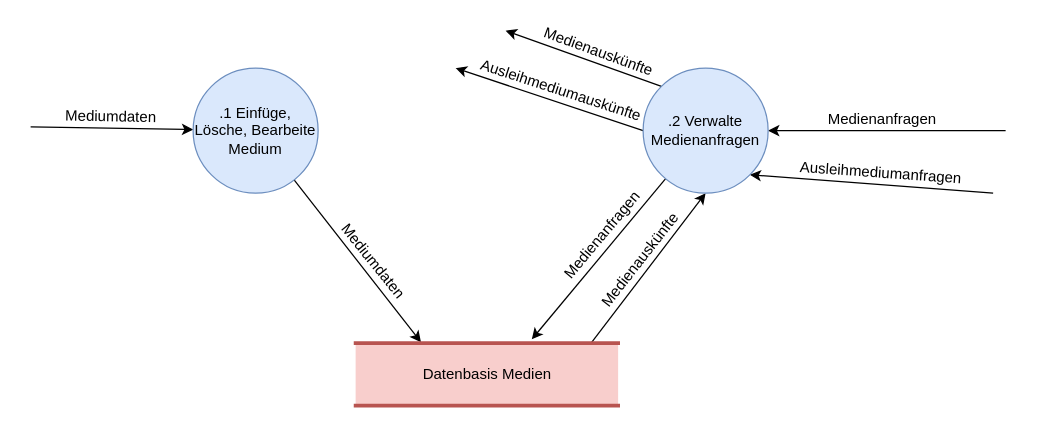
This is 2_Ontologies/Strukturierte Analyse/DFDs/Level1/DFD_1_Verwalte_Medien.drawio from mostermann96/SWT2, a draw.io file, before an edit. Source tidied: cells renumbered, new cells numbered last; positions are measured from the earlier drawing's top-left corner, leaving out a move shared by most shapes. Both pictures are drawn from the tidied source at 125%, with x=0, y=0 at pixel (30, 30).
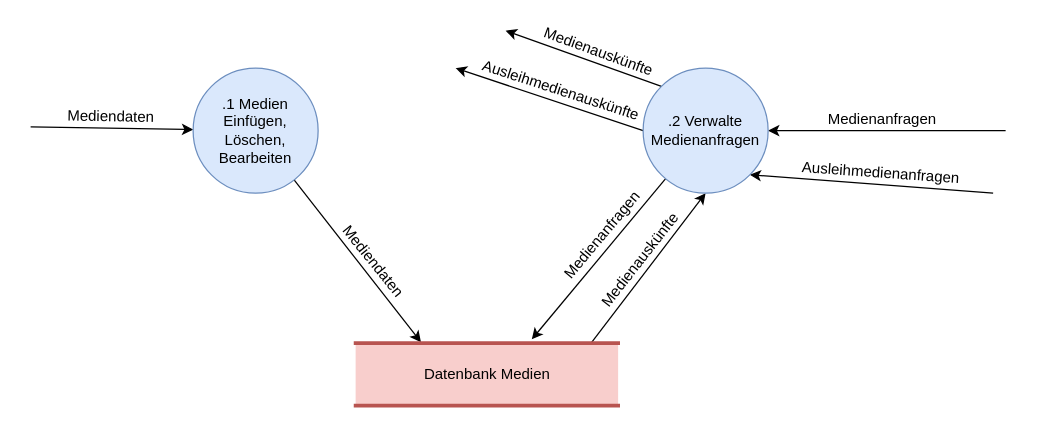
After the change.

Commit message (it also covers changes not shown here):
veränderte Medien-DFDs

Unchanged cells that the change refers to:
```xml
<mxCell id="2" style="rounded=0;jettySize=auto;html=1;entryX=0.249;entryY=-0.015;entryDx=0;entryDy=0;entryPerimeter=0;startArrow=none;startFill=0;" parent="1" edge="1" source="6" target="9">
  <mxGeometry relative="1" as="geometry" />
</mxCell>
<mxCell id="4" style="edgeStyle=none;rounded=0;jettySize=auto;html=1;startArrow=classic;startFill=1;endArrow=none;endFill=0;" parent="1" edge="1" source="6">
  <mxGeometry relative="1" as="geometry">
    <mxPoint y="77" as="targetPoint" />
  </mxGeometry>
</mxCell>
<mxCell id="14" style="edgeStyle=none;rounded=0;jettySize=auto;html=1;exitX=1;exitY=1;exitDx=0;exitDy=0;startArrow=classic;startFill=1;endArrow=none;endFill=0;" parent="1" edge="1" source="20">
  <mxGeometry relative="1" as="geometry">
    <mxPoint x="770" y="130" as="targetPoint" />
  </mxGeometry>
</mxCell>
<mxCell id="18" style="edgeStyle=none;rounded=0;jettySize=auto;html=1;exitX=0;exitY=0.5;exitDx=0;exitDy=0;startArrow=none;startFill=0;endArrow=classic;endFill=1;" parent="1" edge="1" source="20">
  <mxGeometry relative="1" as="geometry">
    <mxPoint x="340" y="30" as="targetPoint" />
  </mxGeometry>
</mxCell>
```

What changed in the source:
```diff
@@
-    <mxCell id="3" value="Mediumdaten&lt;br&gt;" style="text;html=1;align=center;verticalAlign=middle;labelBackgroundColor=#ffffff;rotation=51;" parent="2" vertex="1">
+    <mxCell id="3" value="Mediendaten" style="text;html=1;align=center;verticalAlign=middle;labelBackgroundColor=#ffffff;rotation=51;" parent="2" vertex="1">
       <mxGeometry x="-0.21" y="1" relative="1" as="geometry">
         <mxPoint x="22" y="13.5" as="offset" />
       </mxGeometry>
     </mxCell>
@@
-    <mxCell id="5" value="Mediumdaten" style="text;html=1;align=center;verticalAlign=middle;labelBackgroundColor=#ffffff;rotation=1;" parent="4" vertex="1">
+    <mxCell id="5" value="Mediendaten" style="text;html=1;align=center;verticalAlign=middle;labelBackgroundColor=#ffffff;rotation=1;" parent="4" vertex="1">
       <mxGeometry x="0.47" y="1" relative="1" as="geometry">
         <mxPoint x="30" y="-10" as="offset" />
       </mxGeometry>
     </mxCell>
-    <mxCell id="6" value=".1 Einfüge, Lösche, Bearbeite Medium" style="ellipse;whiteSpace=wrap;html=1;fillColor=#dae8fc;strokeColor=#6c8ebf;strokeWidth=1;" parent="1" vertex="1">
+    <mxCell id="6" value=".1 Medien Einfügen, Löschen, Bearbeiten" style="ellipse;whiteSpace=wrap;html=1;fillColor=#dae8fc;strokeColor=#6c8ebf;strokeWidth=1;" parent="1" vertex="1">
       <mxGeometry x="130" y="30" width="100" height="100" as="geometry" />
     </mxCell>
@@
-    <mxCell id="9" value="Datenbasis Medien" style="html=1;dashed=0;whitespace=wrap;shape=partialRectangle;right=0;left=0;fillColor=#f8cecc;strokeColor=#b85450;strokeWidth=3;" parent="1" vertex="1">
+    <mxCell id="9" value="Datenbank Medien" style="html=1;dashed=0;whitespace=wrap;shape=partialRectangle;right=0;left=0;fillColor=#f8cecc;strokeColor=#b85450;strokeWidth=3;" parent="1" vertex="1">
       <mxGeometry x="260" y="250" width="210" height="50" as="geometry" />
     </mxCell>
@@
-    <mxCell id="15" value="Ausleihmediumanfragen" style="text;html=1;align=center;verticalAlign=middle;labelBackgroundColor=#ffffff;rotation=4;" parent="14" vertex="1">
+    <mxCell id="15" value="Ausleihmedienanfragen" style="text;html=1;align=center;verticalAlign=middle;labelBackgroundColor=#ffffff;rotation=4;" parent="14" vertex="1">
       <mxGeometry x="-0.36" y="-1" relative="1" as="geometry">
         <mxPoint x="42" y="-8" as="offset" />
       </mxGeometry>
     </mxCell>
@@
-    <mxCell id="19" value="Ausleihmediumauskünfte&lt;br&gt;" style="text;html=1;align=center;verticalAlign=middle;labelBackgroundColor=#ffffff;rotation=18;" parent="18" vertex="1">
+    <mxCell id="19" value="Ausleihmedienauskünfte" style="text;html=1;align=center;verticalAlign=middle;labelBackgroundColor=#ffffff;rotation=18;" parent="18" vertex="1">
       <mxGeometry x="0.42" y="3" relative="1" as="geometry">
         <mxPoint x="41" as="offset" />
       </mxGeometry>
     </mxCell>
```
